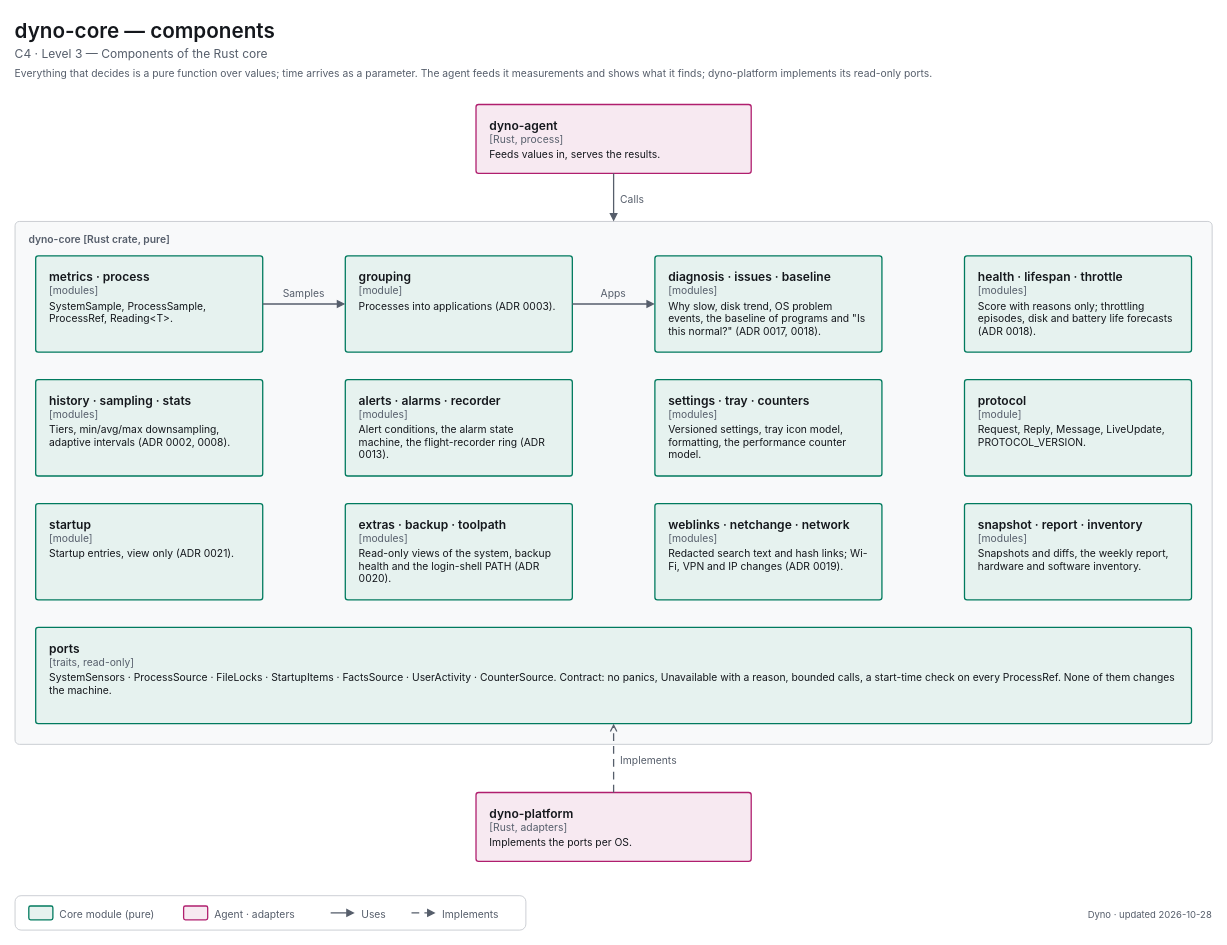
Before: apps/dyno/diagrams/c4-3-components-core.drawio in decryp7/paddock, a draw.io diagram. Source tidied: cells renumbered, new cells numbered last; positions are measured from the earlier drawing's top-left corner, leaving out a move shared by most shapes. Both pictures are drawn from the tidied source at 86%, with x=0, y=0 at pixel (15, 15).
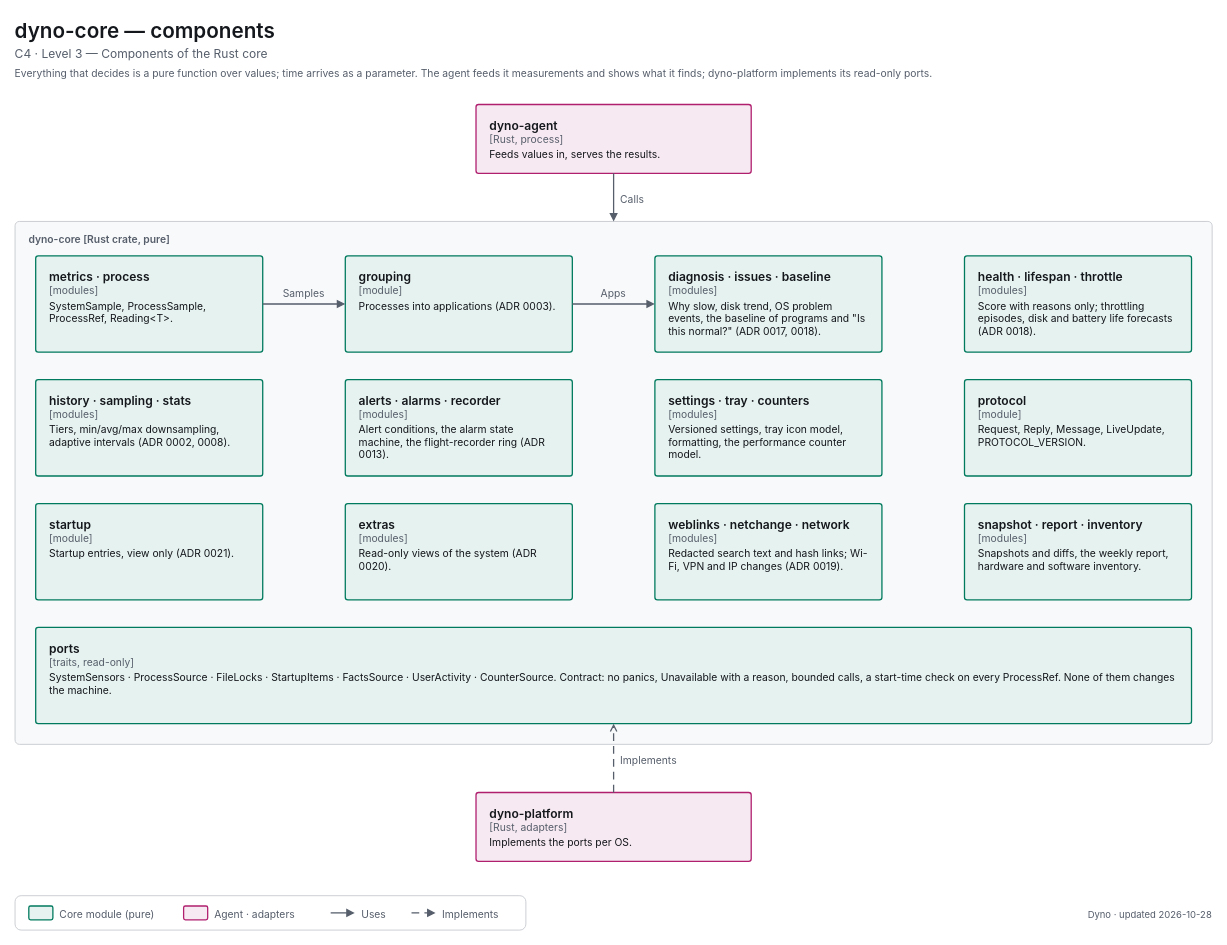
The same diagram, later.

What changed in the source:
```diff
@@
-    <mxCell id="16" value="&lt;span style=&quot;font-size:14px;font-weight:600&quot;&gt;extras · backup · toolpath&lt;/span&gt;&lt;br&gt;&lt;span style=&quot;font-size:12px;color:light-dark(#565E6B,#A0A7B2)&quot;&gt;[modules]&lt;/span&gt;&lt;br&gt;&lt;div style=&quot;margin-top:4px;font-size:12px&quot;&gt;Read-only views of the system, backup health and the login-shell PATH (ADR 0020).&lt;/div&gt;" style="html=1;whiteSpace=wrap;fontFamily=-apple-system,BlinkMacSystemFont,Segoe UI,system-ui,sans-serif;fontSize=12;fontColor=light-dark(#14171C,#ECEEF1);rounded=1;absoluteArcSize=1;arcSize=6;strokeWidth=1.5;strokeColor=light-dark(#007A5E,#2EC4A0);fillColor=light-dark(#E6F2EF,#193330);align=left;verticalAlign=top;spacingLeft=14;spacingRight=14;spacingTop=10;spacingBottom=8;" parent="1" vertex="1">
+    <mxCell id="16" value="&lt;span style=&quot;font-size:14px;font-weight:600&quot;&gt;extras&lt;/span&gt;&lt;br&gt;&lt;span style=&quot;font-size:12px;color:light-dark(#565E6B,#A0A7B2)&quot;&gt;[modules]&lt;/span&gt;&lt;br&gt;&lt;div style=&quot;margin-top:4px;font-size:12px&quot;&gt;Read-only views of the system (ADR 0020).&lt;/div&gt;" style="html=1;whiteSpace=wrap;fontFamily=-apple-system,BlinkMacSystemFont,Segoe UI,system-ui,sans-serif;fontSize=12;fontColor=light-dark(#14171C,#ECEEF1);rounded=1;absoluteArcSize=1;arcSize=6;strokeWidth=1.5;strokeColor=light-dark(#007A5E,#2EC4A0);fillColor=light-dark(#E6F2EF,#193330);align=left;verticalAlign=top;spacingLeft=14;spacingRight=14;spacingTop=10;spacingBottom=8;" parent="1" vertex="1">
       <mxGeometry x="384" y="568" width="264" height="112" as="geometry" />
     </mxCell>
```
